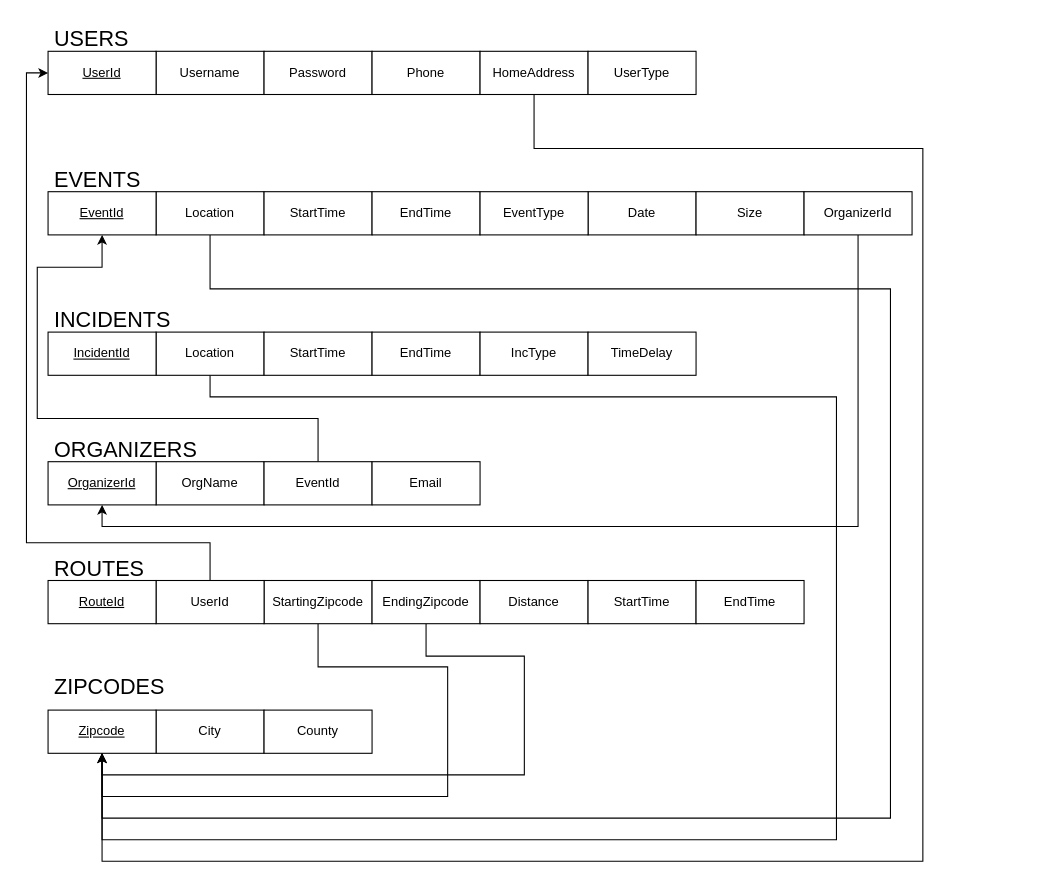
This is src/TrafficSeeIllustrativeDiagram.drawio from mariababko/TrafficSee, a draw.io file, before an edit. Source tidied: cells renumbered, new cells numbered last; positions are measured from the earlier drawing's top-left corner, leaving out a move shared by most shapes. Both pictures are drawn from the tidied source at 108%, with x=0, y=0 at pixel (26, 18).
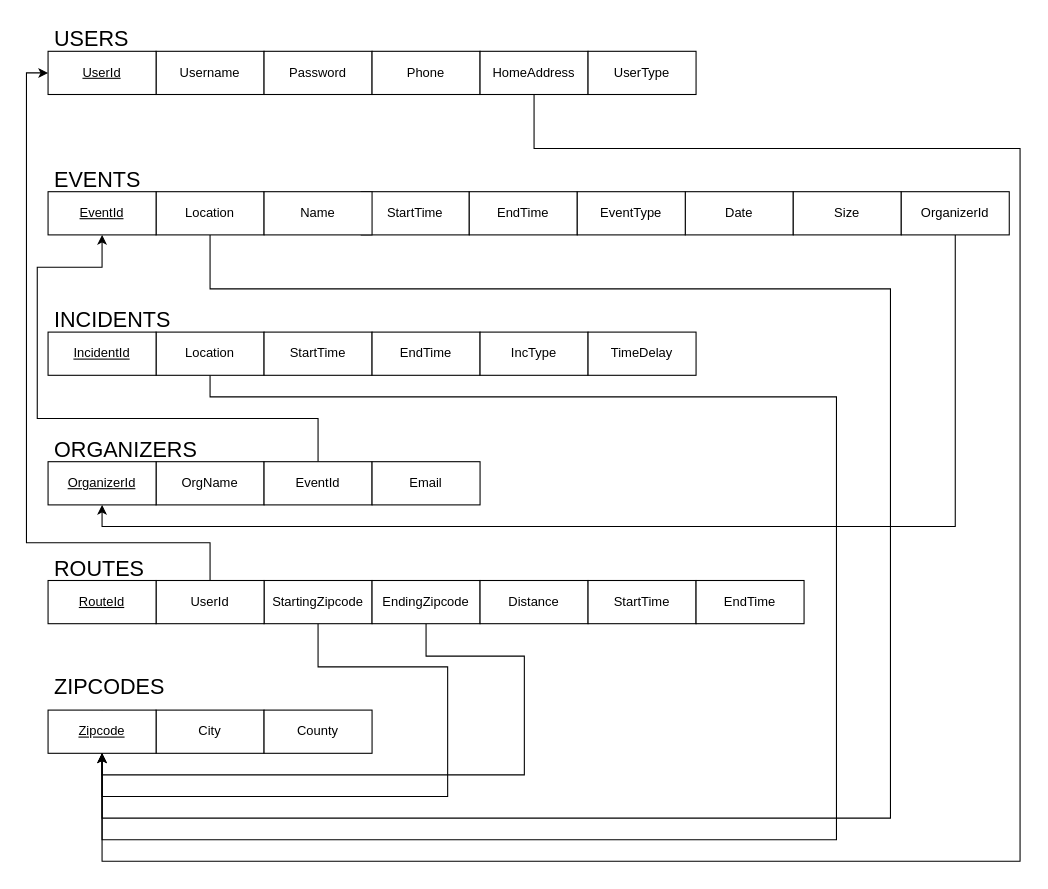
After the change.

The change refers to these unchanged cells:
```xml
<mxCell id="8" value="HomeAddress" style="whiteSpace=wrap;html=1;align=center;" parent="1" vertex="1">
  <mxGeometry x="420" y="30" width="100" height="40" as="geometry" />
</mxCell>
<mxCell id="27" value="&lt;u&gt;OrganizerId&lt;/u&gt;" style="whiteSpace=wrap;html=1;align=center;" parent="1" vertex="1">
  <mxGeometry x="20" y="410" width="100" height="40" as="geometry" />
</mxCell>
<mxCell id="46" value="&lt;u&gt;Zipcode&lt;/u&gt;" style="whiteSpace=wrap;html=1;align=center;" parent="1" vertex="1">
  <mxGeometry x="20" y="640" width="100" height="40" as="geometry" />
</mxCell>
```

What changed in the source:
```diff
@@
     <mxCell id="7" style="edgeStyle=orthogonalEdgeStyle;rounded=0;jettySize=auto;html=1;" parent="1" edge="1" source="8" target="46">
       <mxGeometry relative="1" as="geometry">
         <Array as="points">
           <mxPoint x="470" y="120" />
-          <mxPoint x="830" y="120" />
-          <mxPoint x="830" y="780" />
+          <mxPoint x="920" y="120" />
+          <mxPoint x="920" y="780" />
           <mxPoint x="70" y="780" />
         </Array>
       </mxGeometry>
     </mxCell>
@@
     <mxCell id="13" value="StartTime" style="whiteSpace=wrap;html=1;align=center;" parent="1" vertex="1">
-      <mxGeometry x="220" y="160" width="100" height="40" as="geometry" />
+      <mxGeometry x="310" y="160" width="100" height="40" as="geometry" />
     </mxCell>
@@
     <mxCell id="15" value="EndTime" style="whiteSpace=wrap;html=1;align=center;" parent="1" vertex="1">
-      <mxGeometry x="320" y="160" width="100" height="40" as="geometry" />
+      <mxGeometry x="410" y="160" width="100" height="40" as="geometry" />
     </mxCell>
     <mxCell id="16" value="Date" style="whiteSpace=wrap;html=1;align=center;" parent="1" vertex="1">
-      <mxGeometry x="520" y="160" width="100" height="40" as="geometry" />
+      <mxGeometry x="610" y="160" width="100" height="40" as="geometry" />
     </mxCell>
     <mxCell id="17" value="Size" style="whiteSpace=wrap;html=1;align=center;" parent="1" vertex="1">
-      <mxGeometry x="620" y="160" width="100" height="40" as="geometry" />
+      <mxGeometry x="710" y="160" width="100" height="40" as="geometry" />
     </mxCell>
     <mxCell id="18" value="EventType" style="whiteSpace=wrap;html=1;align=center;" parent="1" vertex="1">
-      <mxGeometry x="420" y="160" width="100" height="40" as="geometry" />
+      <mxGeometry x="510" y="160" width="100" height="40" as="geometry" />
     </mxCell>
@@
     <mxCell id="32" value="OrganizerId" style="whiteSpace=wrap;html=1;align=center;" parent="1" vertex="1">
-      <mxGeometry x="720" y="160" width="100" height="40" as="geometry" />
+      <mxGeometry x="810" y="160" width="100" height="40" as="geometry" />
     </mxCell>
@@
     <mxCell id="47" style="edgeStyle=orthogonalEdgeStyle;rounded=0;jettySize=auto;html=1;entryX=0.5;entryY=1;entryDx=0;entryDy=0;exitX=0.5;exitY=1;exitDx=0;exitDy=0;" parent="1" edge="1" source="32" target="27">
       <mxGeometry relative="1" as="geometry">
         <Array as="points">
-          <mxPoint x="770" y="470" />
+          <mxPoint x="860" y="200" />
+          <mxPoint x="860" y="470" />
           <mxPoint x="70" y="470" />
         </Array>
       </mxGeometry>
     </mxCell>
@@
+    <mxCell id="50" value="Name" style="whiteSpace=wrap;html=1;align=center;" parent="1" vertex="1">
+      <mxGeometry x="220" y="160" width="100" height="40" as="geometry" />
+    </mxCell>
```
